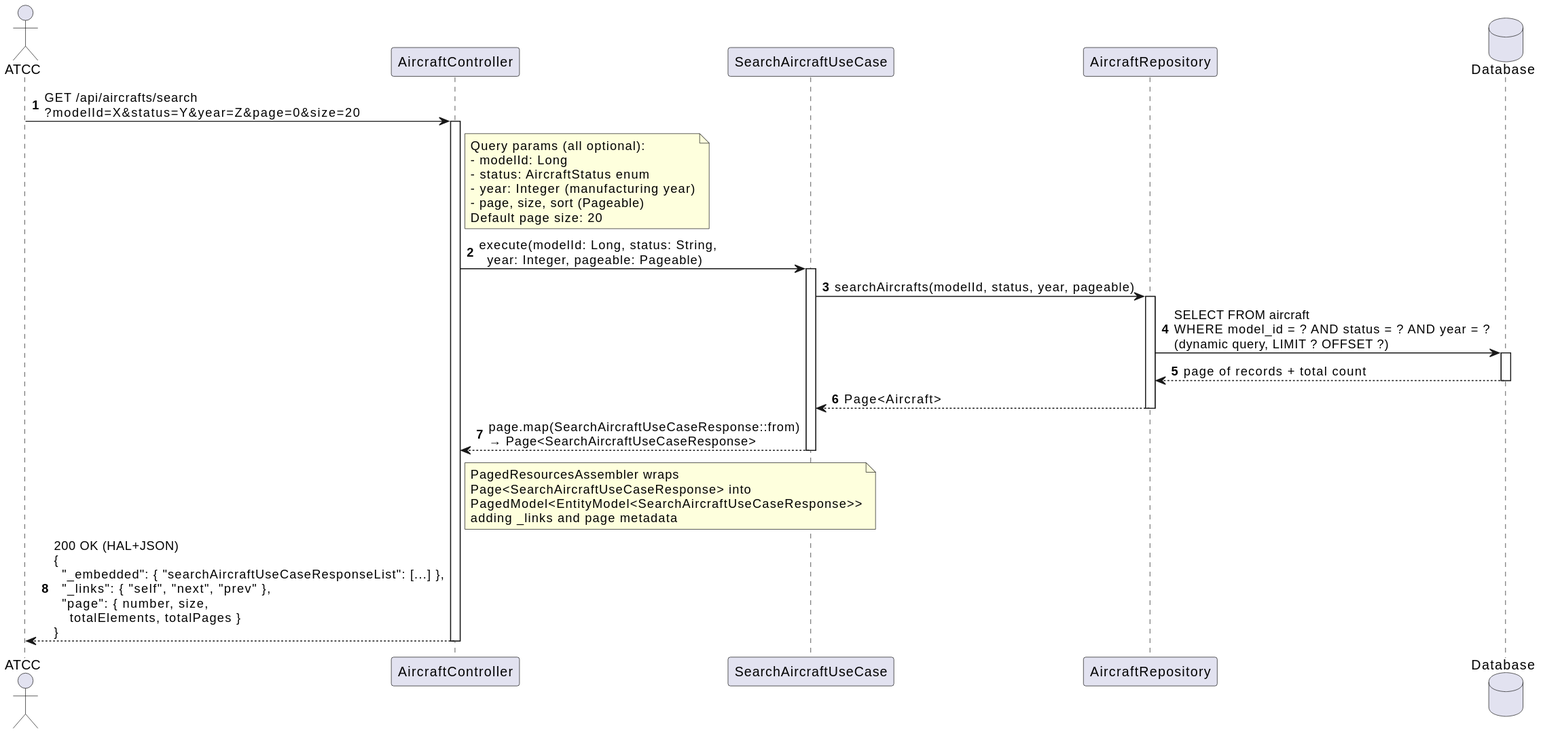
The PlantUML diagram docs/system-documentation/use-cases/WP1A/US104/svg/sd_us104.svg in VascoMagolo/psoft_1231562_1241692_1242036_2db, before a commit.
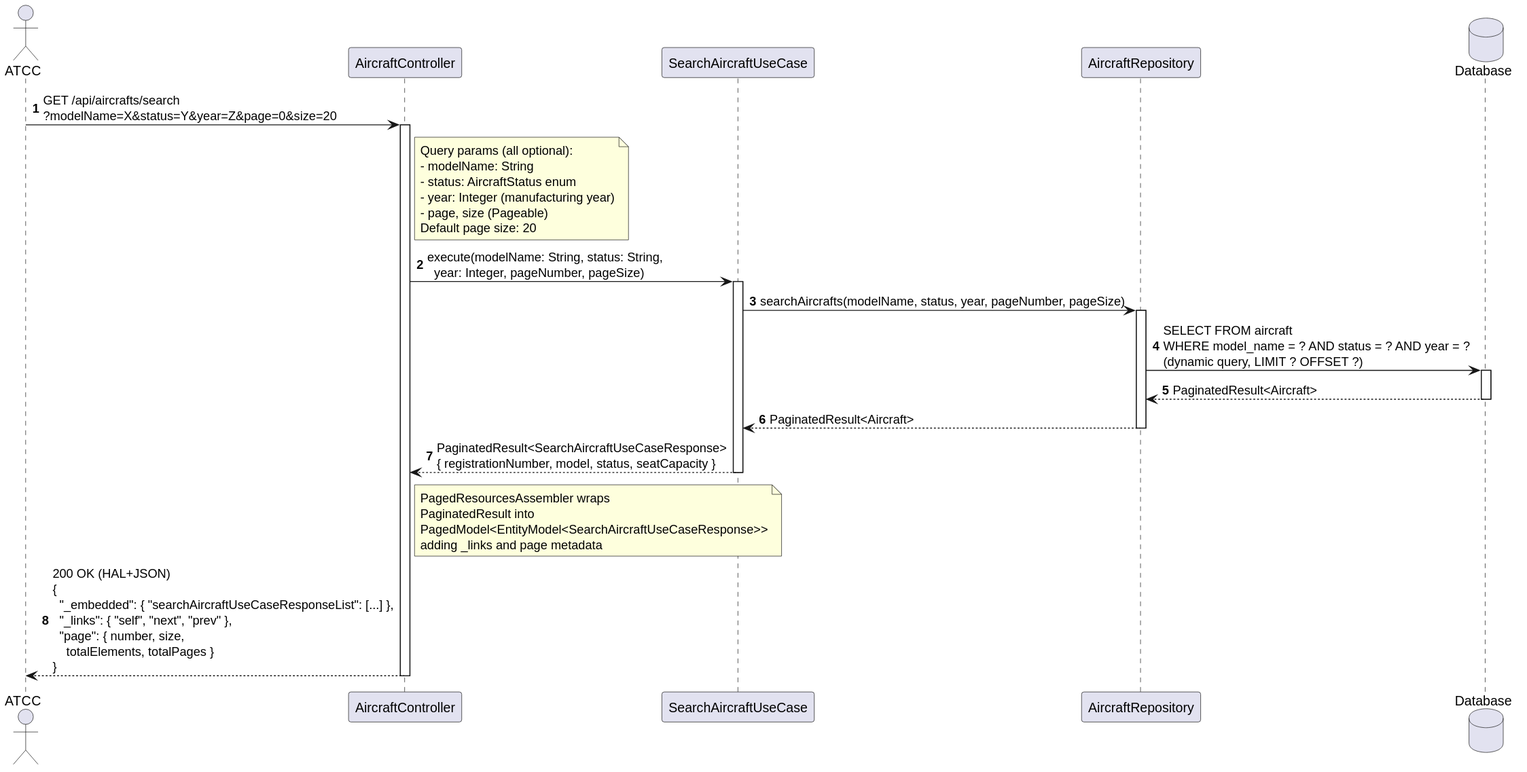
The same file after the commit.

What changed in the source:
```diff
@@ -6,36 +6,36 @@
 participant "AircraftRepository" as Repo
 database "Database" as DB
 
-ATCC -> Ctrl : GET /api/aircrafts/search\n?modelId=X&status=Y&year=Z&page=0&size=20
+ATCC -> Ctrl : GET /api/aircrafts/search\n?modelName=X&status=Y&year=Z&page=0&size=20
 activate Ctrl
 
 note right of Ctrl
   Query params (all optional):
-  - modelId: Long
+  - modelName: String
   - status: AircraftStatus enum
   - year: Integer (manufacturing year)
-  - page, size, sort (Pageable)
+  - page, size (Pageable)
   Default page size: 20
 end note
 
-Ctrl -> UC : execute(modelId: Long, status: String,\n  year: Integer, pageable: Pageable)
+Ctrl -> UC : execute(modelName: String, status: String,\n  year: Integer, pageNumber, pageSize)
 activate UC
 
-UC -> Repo : searchAircrafts(modelId, status, year, pageable)
+UC -> Repo : searchAircrafts(modelName, status, year, pageNumber, pageSize)
 activate Repo
-Repo -> DB : SELECT FROM aircraft\nWHERE model_id = ? AND status = ? AND year = ?\n(dynamic query, LIMIT ? OFFSET ?)
+Repo -> DB : SELECT FROM aircraft\nWHERE model_name = ? AND status = ? AND year = ?\n(dynamic query, LIMIT ? OFFSET ?)
 activate DB
-DB --> Repo : page of records + total count
+DB --> Repo : PaginatedResult<Aircraft>
 deactivate DB
-Repo --> UC : Page<Aircraft>
+Repo --> UC : PaginatedResult<Aircraft>
 deactivate Repo
 
-UC --> Ctrl : page.map(SearchAircraftUseCaseResponse::from)\n→ Page<SearchAircraftUseCaseResponse>
+UC --> Ctrl : PaginatedResult<SearchAircraftUseCaseResponse>\n{ registrationNumber, model, status, seatCapacity }
 deactivate UC
 
 note right of Ctrl
   PagedResourcesAssembler wraps
-  Page<SearchAircraftUseCaseResponse> into
+  PaginatedResult into
   PagedModel<EntityModel<SearchAircraftUseCaseResponse>>
   adding _links and page metadata
 end note
```
